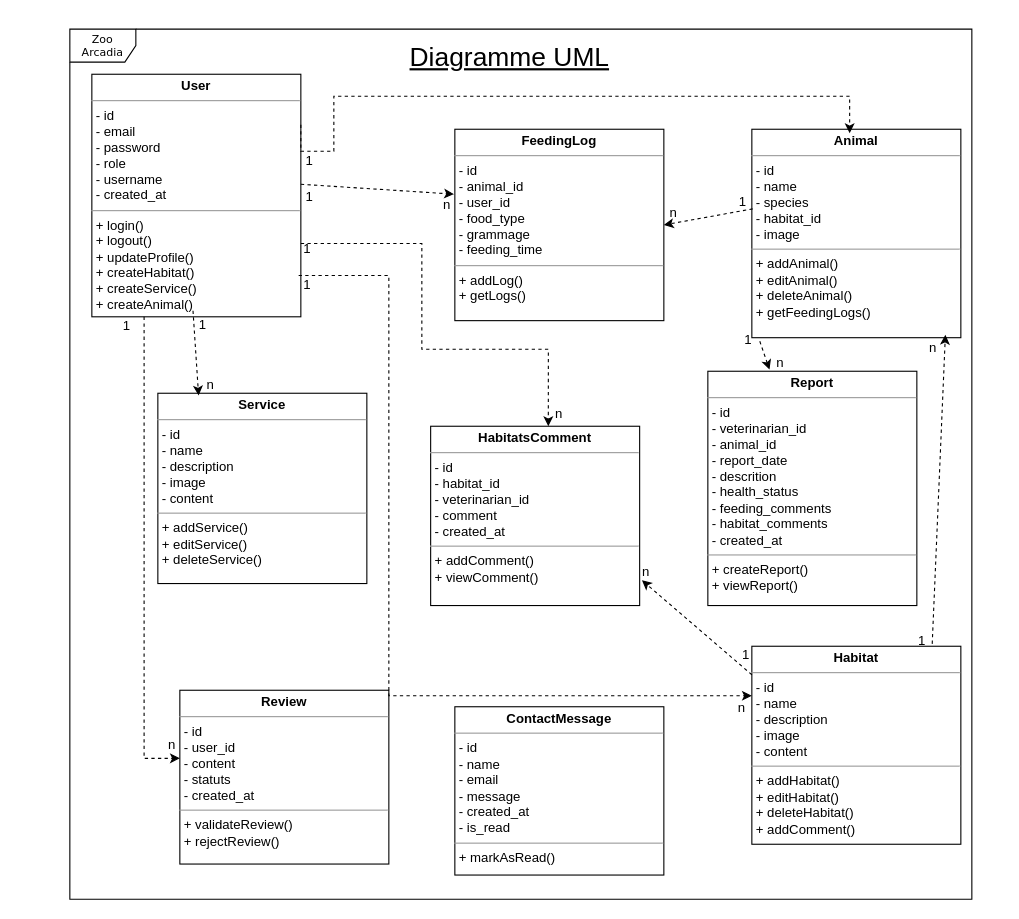
Before: maquettes/Diagramme sans nom.drawio in Samirolivier/ZooArcadia, a draw.io diagram. Source tidied: cells renumbered, new cells numbered last; positions are measured from the earlier drawing's top-left corner, leaving out a move shared by most shapes. Both pictures are drawn from the tidied source at 110%, with x=0, y=0 at pixel (69, 29).
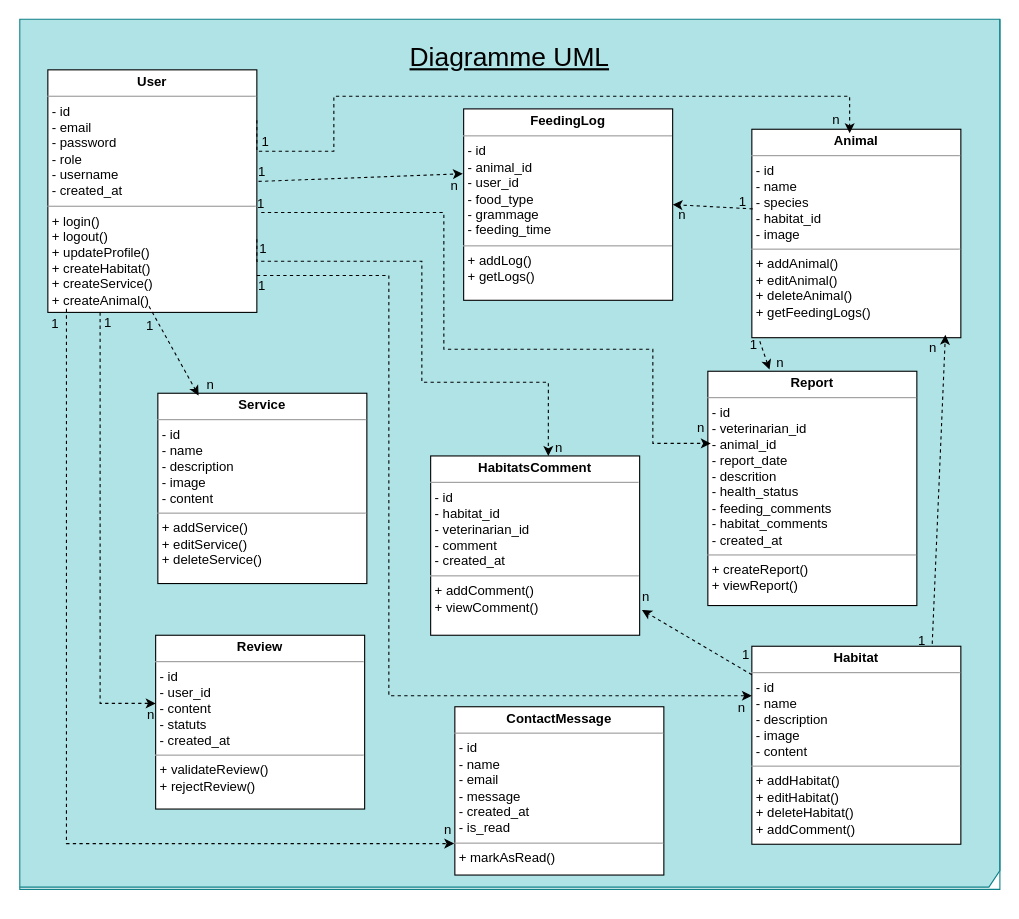
The same page after the edit.

Commit message:
Mettre à jour Diagramme sans nom.drawio

The change refers to these unchanged cells:
```xml
<mxCell id="3" value="&lt;p style=&quot;margin:0px;margin-top:4px;text-align:center;&quot;&gt;&lt;b&gt;ContactMessage&lt;/b&gt;&lt;br&gt;&lt;/p&gt;&lt;hr size=&quot;1&quot;&gt;&lt;p style=&quot;margin:0px;margin-left:4px;&quot;&gt;- id&lt;br&gt;- name&lt;br&gt;&lt;/p&gt;&lt;p style=&quot;margin:0px;margin-left:4px;&quot;&gt;- email&lt;br&gt;&lt;/p&gt;&lt;p style=&quot;margin:0px;margin-left:4px;&quot;&gt;- message&lt;br&gt;&lt;/p&gt;&lt;p style=&quot;margin:0px;margin-left:4px;&quot;&gt;- created_at&lt;/p&gt;&lt;p style=&quot;margin:0px;margin-left:4px;&quot;&gt;- is_read&lt;br&gt;&lt;/p&gt;&lt;hr size=&quot;1&quot;&gt;&lt;p style=&quot;margin:0px;margin-left:4px;&quot;&gt;+ markAsRead()&lt;br&gt;&lt;/p&gt;" style="verticalAlign=top;align=left;overflow=fill;fontSize=12;fontFamily=Helvetica;html=1;rounded=0;shadow=0;comic=0;labelBackgroundColor=none;strokeWidth=1;" parent="1" vertex="1">
  <mxGeometry x="350" y="616" width="190" height="153" as="geometry" />
</mxCell>
<mxCell id="7" value="&lt;p style=&quot;margin:0px;margin-top:4px;text-align:center;&quot;&gt;&lt;b&gt;Habitat&lt;/b&gt;&lt;br&gt;&lt;/p&gt;&lt;hr size=&quot;1&quot;&gt;&lt;p style=&quot;margin:0px;margin-left:4px;&quot;&gt;- id&lt;br&gt;- name&lt;br&gt;&lt;/p&gt;&lt;p style=&quot;margin:0px;margin-left:4px;&quot;&gt;- description&lt;br&gt;&lt;/p&gt;&lt;p style=&quot;margin:0px;margin-left:4px;&quot;&gt;- image&lt;br&gt;&lt;/p&gt;&lt;p style=&quot;margin:0px;margin-left:4px;&quot;&gt;- content&lt;br&gt;&lt;/p&gt;&lt;hr size=&quot;1&quot;&gt;&lt;p style=&quot;margin:0px;margin-left:4px;&quot;&gt;+ addHabitat()&lt;br&gt;+ editHabitat()&lt;/p&gt;&lt;p style=&quot;margin:0px;margin-left:4px;&quot;&gt;+ deleteHabitat()&lt;/p&gt;&lt;p style=&quot;margin:0px;margin-left:4px;&quot;&gt; + addComment()&lt;/p&gt;" style="verticalAlign=top;align=left;overflow=fill;fontSize=12;fontFamily=Helvetica;html=1;rounded=0;shadow=0;comic=0;labelBackgroundColor=none;strokeWidth=1;" parent="1" vertex="1">
  <mxGeometry x="620" y="561" width="190" height="180" as="geometry" />
</mxCell>
<mxCell id="23" value="&lt;p style=&quot;margin:0px;margin-top:4px;text-align:center;&quot;&gt;&lt;b&gt;Report&lt;/b&gt;&lt;br&gt;&lt;/p&gt;&lt;hr size=&quot;1&quot;&gt;&lt;p style=&quot;margin:0px;margin-left:4px;&quot;&gt;- id&lt;br&gt;- veterinarian_id&lt;br&gt;&lt;/p&gt;&lt;p style=&quot;margin:0px;margin-left:4px;&quot;&gt;- animal_id&lt;br&gt;&lt;/p&gt;&lt;p style=&quot;margin:0px;margin-left:4px;&quot;&gt;- report_date&lt;br&gt;&lt;/p&gt;&lt;p style=&quot;margin:0px;margin-left:4px;&quot;&gt;- descrition&lt;/p&gt;&lt;p style=&quot;margin:0px;margin-left:4px;&quot;&gt;- health_status&lt;/p&gt;&lt;p style=&quot;margin:0px;margin-left:4px;&quot;&gt;- feeding_comments&lt;/p&gt;&lt;p style=&quot;margin:0px;margin-left:4px;&quot;&gt;- habitat_comments&lt;/p&gt;&lt;p style=&quot;margin:0px;margin-left:4px;&quot;&gt;- created_at&lt;br&gt;&lt;/p&gt;&lt;hr size=&quot;1&quot;&gt;&lt;p style=&quot;margin:0px;margin-left:4px;&quot;&gt;+ createReport()&lt;br&gt;+ viewReport()&lt;/p&gt;" style="verticalAlign=top;align=left;overflow=fill;fontSize=12;fontFamily=Helvetica;html=1;rounded=0;shadow=0;comic=0;labelBackgroundColor=none;strokeWidth=1;" parent="1" vertex="1">
  <mxGeometry x="580" y="311" width="190" height="213" as="geometry" />
</mxCell>
```

The edit, as a diff of the source:
```diff
@@
-    <mxCell id="2" value="Zoo Arcadia" style="shape=umlFrame;whiteSpace=wrap;html=1;rounded=0;shadow=0;comic=0;labelBackgroundColor=none;strokeWidth=1;fontFamily=Verdana;fontSize=10;align=center;" parent="1" vertex="1">
-      <mxGeometry width="820" height="791" as="geometry" />
+    <mxCell id="2" style="shape=umlFrame;whiteSpace=wrap;html=1;rounded=0;shadow=0;comic=0;labelBackgroundColor=none;strokeWidth=1;fontFamily=Verdana;fontSize=10;align=center;fillColor=#b0e3e6;strokeColor=#0e8088;width=891;height=789;" parent="1" vertex="1">
+      <mxGeometry x="-45.5" y="-9" width="891" height="791" as="geometry" />
     </mxCell>
@@
     <mxCell id="4" value="&lt;p style=&quot;margin:0px;margin-top:4px;text-align:center;&quot;&gt;&lt;b&gt;FeedingLog&lt;/b&gt;&lt;br&gt;&lt;/p&gt;&lt;hr size=&quot;1&quot;&gt;&lt;p style=&quot;margin:0px;margin-left:4px;&quot;&gt;- id&lt;br&gt;- animal_id&lt;/p&gt;&lt;p style=&quot;margin:0px;margin-left:4px;&quot;&gt;- user_id&lt;br&gt;&lt;/p&gt;&lt;p style=&quot;margin:0px;margin-left:4px;&quot;&gt;- food_type&lt;br&gt;&lt;/p&gt;&lt;p style=&quot;margin:0px;margin-left:4px;&quot;&gt;- grammage&lt;br&gt;&lt;/p&gt;&lt;p style=&quot;margin:0px;margin-left:4px;&quot;&gt;- feeding_time&lt;br&gt;&lt;/p&gt;&lt;hr size=&quot;1&quot;&gt;&lt;p style=&quot;margin:0px;margin-left:4px;&quot;&gt;+ addLog()&lt;br&gt;+ getLogs()&lt;/p&gt;" style="verticalAlign=top;align=left;overflow=fill;fontSize=12;fontFamily=Helvetica;html=1;rounded=0;shadow=0;comic=0;labelBackgroundColor=none;strokeWidth=1;" parent="1" vertex="1">
-      <mxGeometry x="350" y="91" width="190" height="174" as="geometry" />
+      <mxGeometry x="358" y="72.5" width="190" height="174" as="geometry" />
     </mxCell>
     <mxCell id="5" value="&lt;p style=&quot;margin:0px;margin-top:4px;text-align:center;&quot;&gt;&lt;b&gt;User&lt;/b&gt;&lt;br&gt;&lt;/p&gt;&lt;hr size=&quot;1&quot;&gt;&lt;p style=&quot;margin:0px;margin-left:4px;&quot;&gt;- id&lt;br&gt;- email&lt;/p&gt;&lt;p style=&quot;margin:0px;margin-left:4px;&quot;&gt;- password&lt;/p&gt;&lt;p style=&quot;margin:0px;margin-left:4px;&quot;&gt;- role&lt;/p&gt;&lt;p style=&quot;margin:0px;margin-left:4px;&quot;&gt;- username&lt;/p&gt;&lt;p style=&quot;margin:0px;margin-left:4px;&quot;&gt;- created_at&lt;br&gt;&lt;/p&gt;&lt;hr size=&quot;1&quot;&gt;&lt;p style=&quot;margin:0px;margin-left:4px;&quot;&gt;+ login()&lt;br&gt;+ logout()&lt;/p&gt;&lt;p style=&quot;margin:0px;margin-left:4px;&quot;&gt;+ updateProfile()&lt;/p&gt;&lt;p style=&quot;margin:0px;margin-left:4px;&quot;&gt; + createHabitat()&lt;/p&gt;&lt;p style=&quot;margin:0px;margin-left:4px;&quot;&gt;+ createService()&amp;nbsp;&lt;/p&gt;&lt;p style=&quot;margin:0px;margin-left:4px;&quot;&gt;+ createAnimal()&lt;/p&gt;&lt;p style=&quot;margin:0px;margin-left:4px;&quot;&gt;&lt;br&gt;&lt;/p&gt;" style="verticalAlign=top;align=left;overflow=fill;fontSize=12;fontFamily=Helvetica;html=1;rounded=0;shadow=0;comic=0;labelBackgroundColor=none;strokeWidth=1;" parent="1" vertex="1">
-      <mxGeometry x="20" y="41" width="190" height="220.5" as="geometry" />
+      <mxGeometry x="-20" y="37" width="190" height="220.5" as="geometry" />
     </mxCell>
@@
     <mxCell id="9" value="&lt;p style=&quot;margin:0px;margin-top:4px;text-align:center;&quot;&gt;&lt;b&gt;Review&lt;/b&gt;&lt;br&gt;&lt;/p&gt;&lt;hr size=&quot;1&quot;&gt;&lt;p style=&quot;margin:0px;margin-left:4px;&quot;&gt;- id&lt;br&gt;- user_id&lt;br&gt;&lt;/p&gt;&lt;p style=&quot;margin:0px;margin-left:4px;&quot;&gt;- content&lt;br&gt;&lt;/p&gt;&lt;p style=&quot;margin:0px;margin-left:4px;&quot;&gt;- statuts&lt;br&gt;&lt;/p&gt;&lt;p style=&quot;margin:0px;margin-left:4px;&quot;&gt;- created_at&lt;br&gt;&lt;/p&gt;&lt;hr size=&quot;1&quot;&gt;&lt;p style=&quot;margin:0px;margin-left:4px;&quot;&gt;+ validateReview()&lt;br&gt;+ rejectReview()&lt;/p&gt;" style="verticalAlign=top;align=left;overflow=fill;fontSize=12;fontFamily=Helvetica;html=1;rounded=0;shadow=0;comic=0;labelBackgroundColor=none;strokeWidth=1;" parent="1" vertex="1">
-      <mxGeometry x="100" y="601" width="190" height="158" as="geometry" />
+      <mxGeometry x="78" y="551" width="190" height="158" as="geometry" />
     </mxCell>
     <mxCell id="10" value="1" style="text;html=1;align=center;verticalAlign=middle;whiteSpace=wrap;rounded=0;" parent="1" vertex="1">
-      <mxGeometry x="37" y="258.5" width="30" height="23" as="geometry" />
+      <mxGeometry x="58" y="258.5" width="30" height="23" as="geometry" />
     </mxCell>
     <mxCell id="11" value="n" style="text;html=1;align=center;verticalAlign=middle;whiteSpace=wrap;rounded=0;" parent="1" vertex="1">
-      <mxGeometry x="78" y="639" width="30" height="23" as="geometry" />
+      <mxGeometry x="59" y="612" width="30" height="23" as="geometry" />
     </mxCell>
@@
     <mxCell id="15" value="n" style="text;html=1;align=center;verticalAlign=middle;whiteSpace=wrap;rounded=0;" parent="1" vertex="1">
-      <mxGeometry x="534" y="155" width="30" height="23" as="geometry" />
+      <mxGeometry x="542" y="157" width="30" height="23" as="geometry" />
     </mxCell>
-    <mxCell id="16" style="endArrow=classic;html=1;rounded=0;entryX=-0.004;entryY=0.339;entryDx=0;entryDy=0;entryPerimeter=0;dashed=1;" parent="1" edge="1" target="4">
-      <mxGeometry relative="1" as="geometry">
-        <mxPoint x="210" y="141" as="sourcePoint" />
-      </mxGeometry>
+    <mxCell id="16" style="endArrow=classic;html=1;rounded=0;entryX=-0.004;entryY=0.339;entryDx=0;entryDy=0;entryPerimeter=0;dashed=1;exitX=1.008;exitY=0.46;exitDx=0;exitDy=0;exitPerimeter=0;" parent="1" edge="1" source="5" target="4">
+      <mxGeometry relative="1" as="geometry" />
     </mxCell>
     <mxCell id="17" value="1" style="text;html=1;align=center;verticalAlign=middle;whiteSpace=wrap;rounded=0;" parent="1" vertex="1">
-      <mxGeometry x="203" y="141" width="30" height="23" as="geometry" />
+      <mxGeometry x="160" y="118.8" width="30" height="23" as="geometry" />
     </mxCell>
     <mxCell id="18" value="n" style="text;html=1;align=center;verticalAlign=middle;whiteSpace=wrap;rounded=0;" parent="1" vertex="1">
-      <mxGeometry x="328" y="148" width="30" height="23" as="geometry" />
+      <mxGeometry x="335" y="131" width="30" height="23" as="geometry" />
     </mxCell>
@@
     <mxCell id="24" value="&lt;p style=&quot;margin:0px;margin-top:4px;text-align:center;&quot;&gt;&lt;b&gt;HabitatsComment&lt;/b&gt;&lt;br&gt;&lt;/p&gt;&lt;hr size=&quot;1&quot;&gt;&lt;p style=&quot;margin:0px;margin-left:4px;&quot;&gt;- id&lt;br&gt;- habitat_id&lt;br&gt;&lt;/p&gt;&lt;p style=&quot;margin:0px;margin-left:4px;&quot;&gt;- veterinarian_id&lt;/p&gt;&lt;p style=&quot;margin:0px;margin-left:4px;&quot;&gt;- comment&lt;br&gt;&lt;/p&gt;&lt;p style=&quot;margin:0px;margin-left:4px;&quot;&gt;- created_at&lt;br&gt;&lt;/p&gt;&lt;hr size=&quot;1&quot;&gt;&lt;p style=&quot;margin:0px;margin-left:4px;&quot;&gt;+ addComment()&lt;br&gt;+ viewComment()&lt;/p&gt;" style="verticalAlign=top;align=left;overflow=fill;fontSize=12;fontFamily=Helvetica;html=1;rounded=0;shadow=0;comic=0;labelBackgroundColor=none;strokeWidth=1;" parent="1" vertex="1">
-      <mxGeometry x="328" y="361" width="190" height="163" as="geometry" />
+      <mxGeometry x="328" y="388" width="190" height="163" as="geometry" />
     </mxCell>
@@
     <mxCell id="27" value="1" style="text;html=1;align=center;verticalAlign=middle;whiteSpace=wrap;rounded=0;" parent="1" vertex="1">
-      <mxGeometry x="602" y="271" width="30" height="23" as="geometry" />
+      <mxGeometry x="607" y="275" width="30" height="23" as="geometry" />
     </mxCell>
@@
     <mxCell id="29" value="1" style="text;html=1;align=center;verticalAlign=middle;whiteSpace=wrap;rounded=0;" parent="1" vertex="1">
-      <mxGeometry x="203" y="108" width="30" height="23" as="geometry" />
+      <mxGeometry x="163" y="91" width="30" height="23" as="geometry" />
     </mxCell>
@@
     <mxCell id="31" value="1" style="text;html=1;align=center;verticalAlign=middle;whiteSpace=wrap;rounded=0;" parent="1" vertex="1">
-      <mxGeometry x="106" y="257.5" width="30" height="23" as="geometry" />
+      <mxGeometry x="-28" y="256.5" width="30" height="23" as="geometry" />
     </mxCell>
@@
-    <mxCell id="33" style="endArrow=classic;html=1;rounded=0;edgeStyle=orthogonalEdgeStyle;entryX=0;entryY=0.25;entryDx=0;entryDy=0;dashed=1;" parent="1" edge="1" target="7">
+    <mxCell id="33" style="endArrow=classic;html=1;rounded=0;edgeStyle=orthogonalEdgeStyle;entryX=0;entryY=0.25;entryDx=0;entryDy=0;dashed=1;exitX=1;exitY=0.848;exitDx=0;exitDy=0;exitPerimeter=0;" parent="1" edge="1" source="5" target="7">
       <mxGeometry relative="1" as="geometry">
-        <mxPoint x="208" y="224" as="sourcePoint" />
         <Array as="points">
           <mxPoint x="290" y="224" />
           <mxPoint x="290" y="606" />
         </Array>
       </mxGeometry>
     </mxCell>
     <mxCell id="34" value="1" style="text;html=1;align=center;verticalAlign=middle;whiteSpace=wrap;rounded=0;" parent="1" vertex="1">
-      <mxGeometry x="201" y="221" width="30" height="23" as="geometry" />
+      <mxGeometry x="160" y="222" width="30" height="23" as="geometry" />
     </mxCell>
@@
     <mxCell id="38" value="n" style="text;html=1;align=center;verticalAlign=middle;whiteSpace=wrap;rounded=0;" parent="1" vertex="1">
-      <mxGeometry x="509" y="482" width="30" height="23" as="geometry" />
+      <mxGeometry x="509" y="504" width="30" height="23" as="geometry" />
     </mxCell>
     <mxCell id="39" style="endArrow=classic;html=1;rounded=0;edgeStyle=orthogonalEdgeStyle;exitX=1;exitY=0.698;exitDx=0;exitDy=0;exitPerimeter=0;entryX=0.563;entryY=0;entryDx=0;entryDy=0;entryPerimeter=0;dashed=1;" parent="1" edge="1" source="5" target="24">
       <mxGeometry relative="1" as="geometry">
         <Array as="points">
-          <mxPoint x="320" y="195" />
-          <mxPoint x="320" y="291" />
-          <mxPoint x="435" y="291" />
+          <mxPoint x="170" y="211" />
+          <mxPoint x="320" y="211" />
+          <mxPoint x="320" y="321" />
+          <mxPoint x="435" y="321" />
         </Array>
       </mxGeometry>
     </mxCell>
     <mxCell id="40" value="1" style="text;html=1;align=center;verticalAlign=middle;whiteSpace=wrap;rounded=0;" parent="1" vertex="1">
-      <mxGeometry x="201" y="188" width="30" height="23" as="geometry" />
+      <mxGeometry x="161" y="188" width="30" height="23" as="geometry" />
     </mxCell>
     <mxCell id="41" value="n" style="text;html=1;align=center;verticalAlign=middle;whiteSpace=wrap;rounded=0;" parent="1" vertex="1">
-      <mxGeometry x="430" y="338" width="30" height="23" as="geometry" />
+      <mxGeometry x="430" y="369" width="30" height="23" as="geometry" />
     </mxCell>
@@
+    <mxCell id="43" style="endArrow=classic;html=1;rounded=0;edgeStyle=orthogonalEdgeStyle;exitX=0.089;exitY=0.985;exitDx=0;exitDy=0;exitPerimeter=0;entryX=-0.003;entryY=0.813;entryDx=0;entryDy=0;entryPerimeter=0;dashed=1;" parent="1" edge="1" source="5" target="3">
+      <mxGeometry relative="1" as="geometry">
+        <Array as="points">
+          <mxPoint x="-3" y="740" />
+        </Array>
+      </mxGeometry>
+    </mxCell>
+    <mxCell id="44" style="endArrow=classic;html=1;rounded=0;edgeStyle=orthogonalEdgeStyle;exitX=1.021;exitY=0.588;exitDx=0;exitDy=0;exitPerimeter=0;entryX=0.014;entryY=0.308;entryDx=0;entryDy=0;entryPerimeter=0;dashed=1;" parent="1" edge="1" source="5" target="23">
+      <mxGeometry relative="1" as="geometry">
+        <Array as="points">
+          <mxPoint x="340" y="167" />
+          <mxPoint x="340" y="291" />
+          <mxPoint x="530" y="291" />
+          <mxPoint x="530" y="377" />
+        </Array>
+      </mxGeometry>
+    </mxCell>
+    <mxCell id="45" value="1" style="text;html=1;align=center;verticalAlign=middle;whiteSpace=wrap;rounded=0;" parent="1" vertex="1">
+      <mxGeometry x="159" y="147.8" width="30" height="23" as="geometry" />
+    </mxCell>
+    <mxCell id="46" value="n" style="text;html=1;align=center;verticalAlign=middle;whiteSpace=wrap;rounded=0;" parent="1" vertex="1">
+      <mxGeometry x="559" y="351" width="30" height="23" as="geometry" />
+    </mxCell>
+    <mxCell id="47" value="1" style="text;html=1;align=center;verticalAlign=middle;whiteSpace=wrap;rounded=0;" parent="1" vertex="1">
+      <mxGeometry x="20" y="255.5" width="30" height="23" as="geometry" />
+    </mxCell>
+    <mxCell id="48" value="n" style="text;html=1;align=center;verticalAlign=middle;whiteSpace=wrap;rounded=0;" parent="1" vertex="1">
+      <mxGeometry x="329" y="716" width="30" height="23" as="geometry" />
+    </mxCell>
+    <mxCell id="49" value="n" style="text;html=1;align=center;verticalAlign=middle;whiteSpace=wrap;rounded=0;" parent="1" vertex="1">
+      <mxGeometry x="682" y="71" width="30" height="23" as="geometry" />
+    </mxCell>
```
